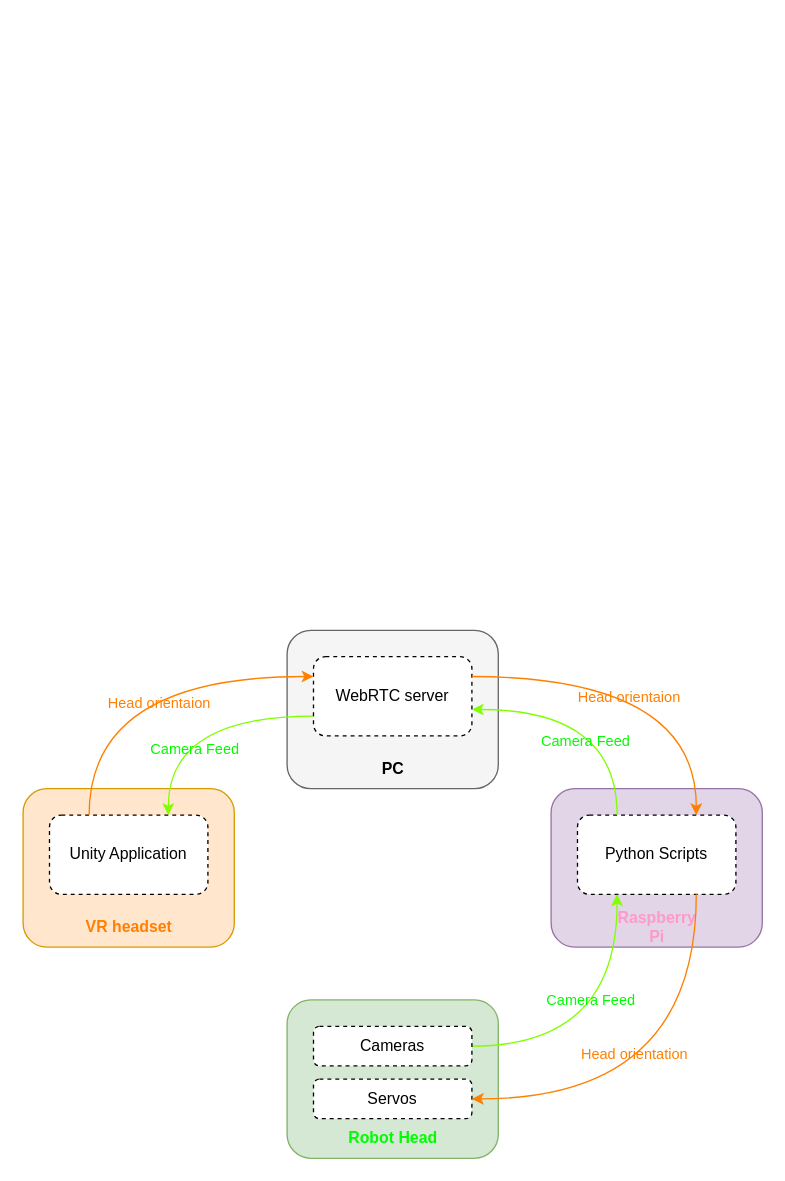
Chris-GM/VR-Robot-Head keeps this draw.io diagram as Presentation/block_diagram.drawio. Above is the earlier version. Source tidied: cells renumbered, new cells numbered last; positions are measured from the earlier drawing's top-left corner, leaving out a move shared by most shapes. Both pictures are drawn from the tidied source at 132%, with x=0, y=0 at pixel (22, 630).
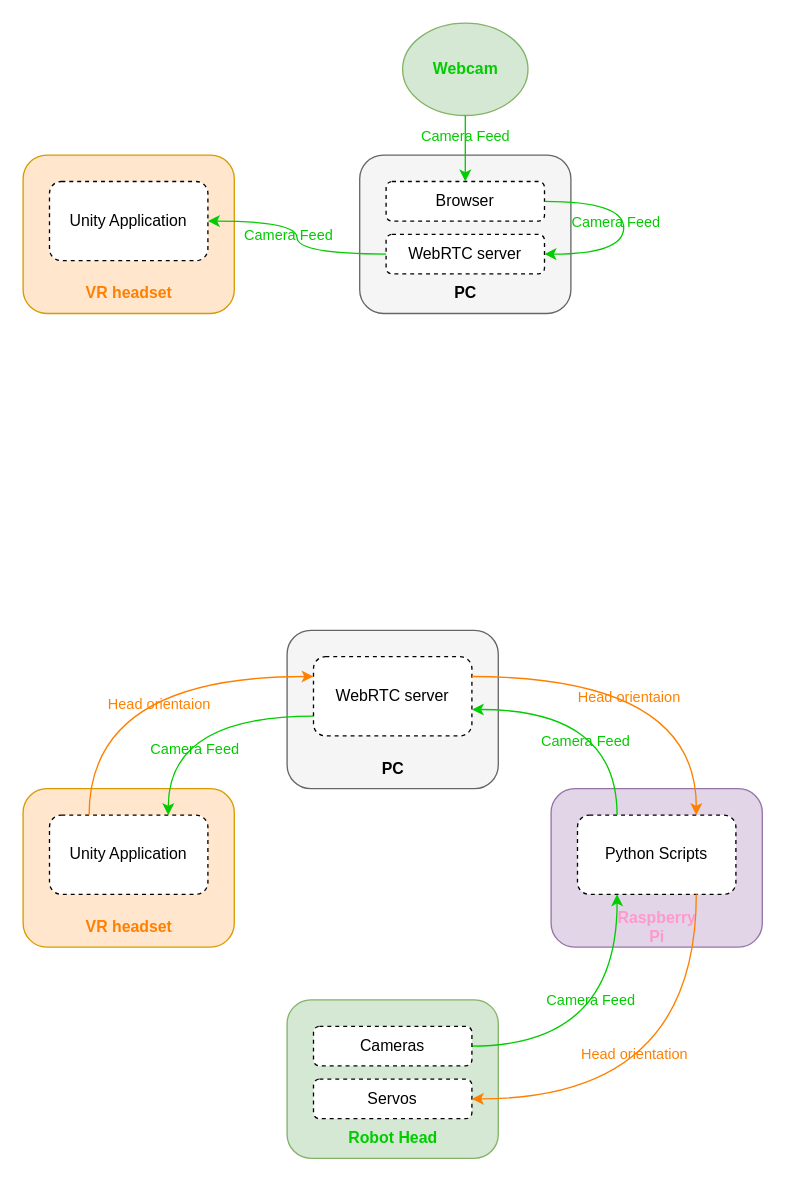
The same diagram, later.

Commit message (it also covers changes not shown here):
updated block diagram

The change refers to these unchanged cells:
```xml
<mxCell id="4" value="Unity Application" style="rounded=1;whiteSpace=wrap;html=1;dashed=1;" parent="1" vertex="1">
  <mxGeometry x="20" y="140" width="120" height="60" as="geometry" />
</mxCell>
<mxCell id="9" value="WebRTC server" style="rounded=1;whiteSpace=wrap;html=1;dashed=1;" parent="1" vertex="1">
  <mxGeometry x="220" y="20" width="120" height="60" as="geometry" />
</mxCell>
<mxCell id="12" value="Python Scripts" style="rounded=1;whiteSpace=wrap;html=1;dashed=1;" parent="1" vertex="1">
  <mxGeometry x="420" y="140" width="120" height="60" as="geometry" />
</mxCell>
<mxCell id="16" value="Cameras" style="rounded=1;whiteSpace=wrap;html=1;dashed=1;" parent="1" vertex="1">
  <mxGeometry x="220" y="300" width="120" height="30" as="geometry" />
</mxCell>
```

Change to the diagram source:
```diff
@@
-    <mxCell id="7" style="edgeStyle=orthogonalEdgeStyle;rounded=0;jettySize=auto;html=1;exitX=0;exitY=0.75;exitDx=0;exitDy=0;entryX=0.75;entryY=0;entryDx=0;entryDy=0;curved=1;strokeColor=#80FF00;fontColor=#99FF99;" parent="1" edge="1" source="9" target="4">
+    <mxCell id="7" style="edgeStyle=orthogonalEdgeStyle;rounded=0;jettySize=auto;html=1;exitX=0;exitY=0.75;exitDx=0;exitDy=0;entryX=0.75;entryY=0;entryDx=0;entryDy=0;curved=1;strokeColor=#00CC00;fontColor=#99FF99;" parent="1" edge="1" source="9" target="4">
       <mxGeometry relative="1" as="geometry" />
     </mxCell>
-    <mxCell id="8" value="Camera Feed" style="edgeLabel;html=1;align=center;verticalAlign=middle;fontColor=#00FC00;labelBackgroundColor=none;" parent="7" vertex="1">
+    <mxCell id="8" value="Camera Feed" style="edgeLabel;html=1;align=center;verticalAlign=middle;fontColor=#00CC00;labelBackgroundColor=none;" parent="7" vertex="1">
       <mxGeometry x="0.45" y="19" relative="1" as="geometry" />
     </mxCell>
@@
-    <mxCell id="14" style="edgeStyle=orthogonalEdgeStyle;rounded=0;jettySize=auto;html=1;exitX=1;exitY=0.5;exitDx=0;exitDy=0;entryX=0.25;entryY=1;entryDx=0;entryDy=0;curved=1;strokeColor=#80FF00;" parent="1" edge="1" source="16" target="12">
+    <mxCell id="14" style="edgeStyle=orthogonalEdgeStyle;rounded=0;jettySize=auto;html=1;exitX=1;exitY=0.5;exitDx=0;exitDy=0;entryX=0.25;entryY=1;entryDx=0;entryDy=0;curved=1;strokeColor=#00CC00;" parent="1" edge="1" source="16" target="12">
       <mxGeometry relative="1" as="geometry" />
     </mxCell>
-    <mxCell id="15" value="Camera Feed" style="edgeLabel;html=1;align=center;verticalAlign=middle;fontColor=#00FC00;labelBackgroundColor=none;" parent="14" vertex="1">
+    <mxCell id="15" value="Camera Feed" style="edgeLabel;html=1;align=center;verticalAlign=middle;fontColor=#00CC00;labelBackgroundColor=none;" parent="14" vertex="1">
       <mxGeometry x="0.3" y="21" relative="1" as="geometry" />
     </mxCell>
@@
-    <mxCell id="18" value="&lt;font&gt;&lt;b&gt;Robot Head&lt;/b&gt;&lt;/font&gt;" style="text;html=1;align=center;verticalAlign=middle;strokeColor=none;fillColor=none;fontColor=#00FC00;" parent="1" vertex="1">
+    <mxCell id="18" value="&lt;font&gt;&lt;b&gt;Robot Head&lt;/b&gt;&lt;/font&gt;" style="text;html=1;align=center;verticalAlign=middle;strokeColor=none;fillColor=none;fontColor=#00CC00;" parent="1" vertex="1">
       <mxGeometry x="235" y="370" width="90" height="30" as="geometry" />
     </mxCell>
@@
-    <mxCell id="25" style="edgeStyle=orthogonalEdgeStyle;rounded=0;jettySize=auto;html=1;exitX=0.25;exitY=0;exitDx=0;exitDy=0;entryX=1;entryY=0.667;entryDx=0;entryDy=0;entryPerimeter=0;curved=1;strokeColor=#80FF00;" parent="1" edge="1" source="12" target="9">
+    <mxCell id="25" style="edgeStyle=orthogonalEdgeStyle;rounded=0;jettySize=auto;html=1;exitX=0.25;exitY=0;exitDx=0;exitDy=0;entryX=1;entryY=0.667;entryDx=0;entryDy=0;entryPerimeter=0;curved=1;strokeColor=#00CC00;" parent="1" edge="1" source="12" target="9">
       <mxGeometry relative="1" as="geometry" />
     </mxCell>
-    <mxCell id="26" value="Camera Feed" style="edgeLabel;html=1;align=center;verticalAlign=middle;fontColor=#00FC00;labelBackgroundColor=none;" parent="25" vertex="1">
+    <mxCell id="26" value="Camera Feed" style="edgeLabel;html=1;align=center;verticalAlign=middle;fontColor=#00CC00;labelBackgroundColor=none;" parent="25" vertex="1">
       <mxGeometry x="0.11" y="23" relative="1" as="geometry" />
     </mxCell>
+    <mxCell id="27" value="&lt;font color=&quot;#00cc00&quot;&gt;&lt;b&gt;Webcam&lt;/b&gt;&lt;/font&gt;" style="ellipse;whiteSpace=wrap;html=1;fillColor=#d5e8d4;strokeColor=#82b366;" parent="1" vertex="1">
+      <mxGeometry x="287.5" y="-460" width="95" height="70" as="geometry" />
+    </mxCell>
+    <mxCell id="28" style="edgeStyle=orthogonalEdgeStyle;rounded=0;orthogonalLoop=1;jettySize=auto;html=1;exitX=0.5;exitY=1;exitDx=0;exitDy=0;" parent="1" edge="1" source="27" target="27">
+      <mxGeometry relative="1" as="geometry" />
+    </mxCell>
+    <mxCell id="29" style="rounded=1;whiteSpace=wrap;html=1;fillColor=#ffe6cc;strokeColor=#d79b00;" parent="1" vertex="1">
+      <mxGeometry y="-360" width="160" height="120" as="geometry" />
+    </mxCell>
+    <mxCell id="30" value="&lt;font color=&quot;#ff8000&quot;&gt;&lt;b&gt;VR headset&lt;/b&gt;&lt;/font&gt;" style="text;html=1;align=center;verticalAlign=middle;strokeColor=none;fillColor=none;" parent="1" vertex="1">
+      <mxGeometry x="35" y="-270" width="90" height="30" as="geometry" />
+    </mxCell>
+    <mxCell id="31" value="Unity Application" style="rounded=1;whiteSpace=wrap;html=1;dashed=1;" parent="1" vertex="1">
+      <mxGeometry x="20" y="-340" width="120" height="60" as="geometry" />
+    </mxCell>
+    <mxCell id="32" style="rounded=1;whiteSpace=wrap;html=1;fillColor=#f5f5f5;fontColor=#333333;strokeColor=#666666;" parent="1" vertex="1">
+      <mxGeometry x="255" y="-360" width="160" height="120" as="geometry" />
+    </mxCell>
+    <mxCell id="33" value="&lt;b&gt;PC&lt;/b&gt;" style="text;html=1;align=center;verticalAlign=middle;strokeColor=none;fillColor=none;" parent="1" vertex="1">
+      <mxGeometry x="315" y="-270" width="40" height="30" as="geometry" />
+    </mxCell>
+    <mxCell id="34" style="edgeStyle=orthogonalEdgeStyle;rounded=0;jettySize=auto;html=1;exitX=0;exitY=0.5;exitDx=0;exitDy=0;entryX=1;entryY=0.5;entryDx=0;entryDy=0;curved=1;strokeColor=#00CC00;" parent="1" edge="1" source="36" target="31">
+      <mxGeometry relative="1" as="geometry" />
+    </mxCell>
+    <mxCell id="35" value="Camera Feed" style="edgeLabel;html=1;align=center;verticalAlign=middle;fontColor=#00CC00;labelBackgroundColor=none;" parent="34" vertex="1">
+      <mxGeometry x="0.07" y="7" relative="1" as="geometry">
+        <mxPoint y="4" as="offset" />
+      </mxGeometry>
+    </mxCell>
+    <mxCell id="36" value="WebRTC server" style="rounded=1;whiteSpace=wrap;html=1;dashed=1;" parent="1" vertex="1">
+      <mxGeometry x="275" y="-300" width="120" height="30" as="geometry" />
+    </mxCell>
+    <mxCell id="37" value="Browser" style="rounded=1;whiteSpace=wrap;html=1;dashed=1;" parent="1" vertex="1">
+      <mxGeometry x="275" y="-340" width="120" height="30" as="geometry" />
+    </mxCell>
+    <mxCell id="38" style="edgeStyle=orthogonalEdgeStyle;rounded=0;jettySize=auto;html=1;exitX=0.5;exitY=1;exitDx=0;exitDy=0;entryX=0.5;entryY=0;entryDx=0;entryDy=0;curved=1;strokeColor=#00CC00;" parent="1" edge="1" source="27" target="37">
+      <mxGeometry relative="1" as="geometry" />
+    </mxCell>
+    <mxCell id="39" value="Camera Feed" style="edgeLabel;html=1;align=center;verticalAlign=middle;fontColor=#00CC00;labelBackgroundColor=none;" parent="38" vertex="1">
+      <mxGeometry x="-0.4" y="-1" relative="1" as="geometry" />
+    </mxCell>
+    <mxCell id="40" style="edgeStyle=orthogonalEdgeStyle;rounded=0;jettySize=auto;html=1;exitX=1;exitY=0.5;exitDx=0;exitDy=0;entryX=1;entryY=0.5;entryDx=0;entryDy=0;curved=1;strokeColor=#00CC00;" parent="1" edge="1" source="37" target="36">
+      <mxGeometry relative="1" as="geometry">
+        <Array as="points">
+          <mxPoint x="455" y="-325" />
+          <mxPoint x="455" y="-285" />
+        </Array>
+      </mxGeometry>
+    </mxCell>
+    <mxCell id="41" value="Camera Feed" style="edgeLabel;html=1;align=center;verticalAlign=middle;fontColor=#00CC00;labelBackgroundColor=none;" parent="40" vertex="1">
+      <mxGeometry x="-0.06" y="-7" relative="1" as="geometry" />
+    </mxCell>
```
